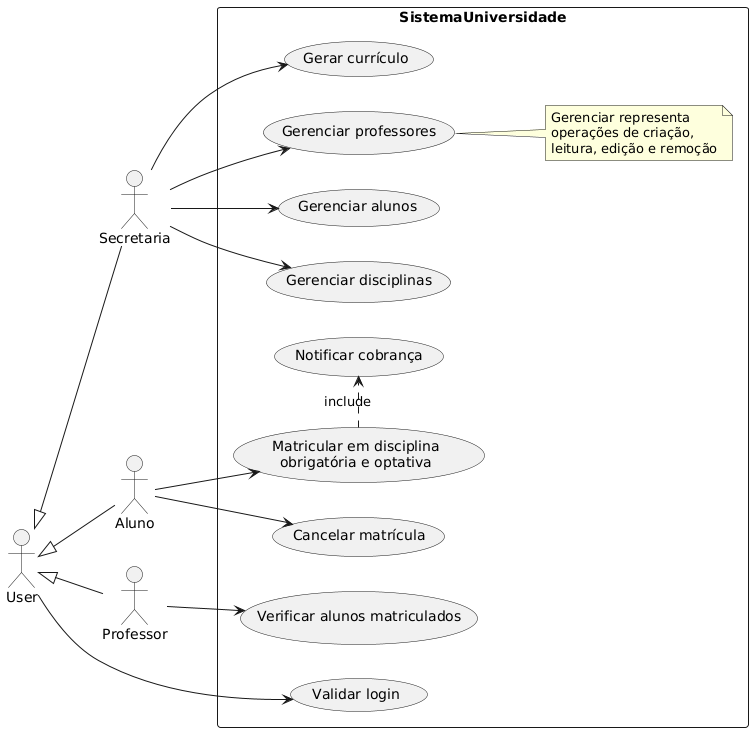
This is project/img/UseCase.png from thevinilima/lds-sprint1, a PlantUML export, as it was before one commit.
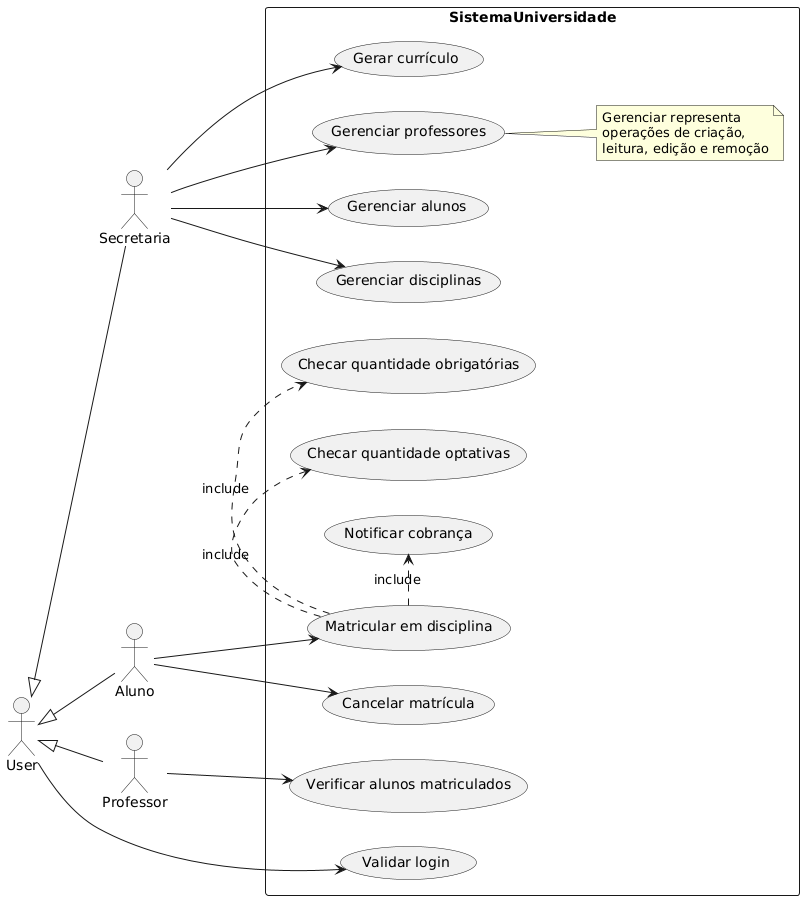
Above is the later version.

Diff of the diagram source:
```diff
@@ -30,13 +30,17 @@
   leitura, edição e remoção
 end note
 
-usecase a1 as "Matricular em disciplina
-obrigatória e optativa"
+usecase a1 as "Matricular em disciplina"
 usecase "Cancelar matrícula" as a2
 usecase "Notificar cobrança" as a3
 
+usecase "Checar quantidade obrigatórias" as a4
+usecase "Checar quantidade optativas" as a5
+
 a --> a1
 a1 .> a3 : include
+a1 .> a4 : include
+a1 .> a5 : include
 a --> a2
 
 
```
